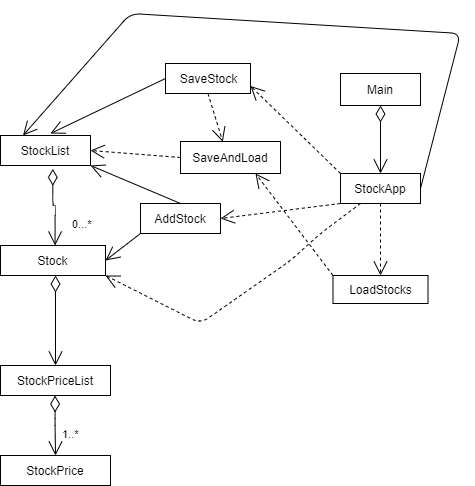
The draw.io diagram UML_Design_Diagram.png in toast682/Stock-App, before a commit. Source tidied: cells renumbered, new cells last; positions are measured from the earlier drawing's top-left corner, leaving out a move shared by most shapes.
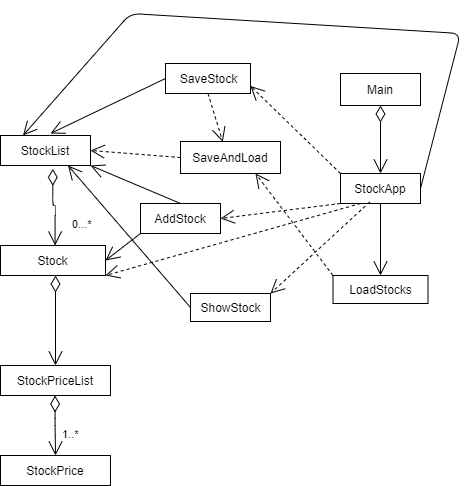
Above is the later version.

Commit message:
Updated UML Diagram for Phase 4 Task 3

Change to the diagram source:
```diff
@@ -71,13 +71,7 @@
       <mxGeometry relative="1" as="geometry" />
     </mxCell>
     <mxCell id="22" style="endArrow=open;endSize=12;dashed=1;html=1;exitX=0.25;exitY=1;exitDx=0;exitDy=0;entryX=1;entryY=1;entryDx=0;entryDy=0;" parent="1" edge="1" source="4" target="6">
-      <mxGeometry relative="1" as="geometry">
-        <Array as="points">
-          <mxPoint x="320" y="220" />
-          <mxPoint x="290" y="247" />
-          <mxPoint x="200" y="310" />
-        </Array>
-      </mxGeometry>
+      <mxGeometry relative="1" as="geometry" />
     </mxCell>
     <mxCell id="23" style="endArrow=open;endFill=1;endSize=12;html=1;exitX=1;exitY=0.5;exitDx=0;exitDy=0;entryX=0.25;entryY=0;entryDx=0;entryDy=0;" parent="1" edge="1" source="4" target="5">
       <mxGeometry relative="1" as="geometry">
@@ -93,11 +87,20 @@
     <mxCell id="25" style="endArrow=open;endSize=12;dashed=1;html=1;entryX=1;entryY=0.5;entryDx=0;entryDy=0;exitX=0;exitY=1;exitDx=0;exitDy=0;" parent="1" edge="1" source="4" target="10">
       <mxGeometry relative="1" as="geometry" />
     </mxCell>
+    <mxCell id="27" style="endArrow=open;endSize=12;dashed=1;html=1;entryX=1;entryY=0.75;entryDx=0;entryDy=0;exitX=0;exitY=0;exitDx=0;exitDy=0;" parent="1" edge="1" source="4" target="19">
+      <mxGeometry relative="1" as="geometry" />
+    </mxCell>
-    <mxCell id="26" style="endArrow=open;endSize=12;dashed=1;html=1;entryX=0.5;entryY=0;entryDx=0;entryDy=0;exitX=0.5;exitY=1;exitDx=0;exitDy=0;" parent="1" edge="1" source="4" target="16">
+    <mxCell id="26" style="endArrow=open;endFill=1;endSize=12;html=1;exitX=0.5;exitY=1;exitDx=0;exitDy=0;entryX=0.5;entryY=0;entryDx=0;entryDy=0;" parent="1" edge="1" source="4" target="16">
       <mxGeometry relative="1" as="geometry" />
     </mxCell>
-    <mxCell id="27" style="endArrow=open;endSize=12;dashed=1;html=1;entryX=1;entryY=0.75;entryDx=0;entryDy=0;exitX=0;exitY=0;exitDx=0;exitDy=0;" parent="1" edge="1" source="4" target="19">
-      <mxGeometry relative="1" as="geometry" />
-    </mxCell>
+    <mxCell id="28" value="ShowStock" style="html=1;" parent="1" vertex="1">
+      <mxGeometry x="190" y="280" width="80" height="28" as="geometry" />
+    </mxCell>
+    <mxCell id="29" style="endArrow=open;endFill=1;endSize=12;html=1;exitX=0;exitY=0.5;exitDx=0;exitDy=0;entryX=0.75;entryY=1;entryDx=0;entryDy=0;" parent="1" edge="1" source="28" target="5">
+      <mxGeometry relative="1" as="geometry" />
+    </mxCell>
+    <mxCell id="30" style="endArrow=open;endSize=12;dashed=1;html=1;entryX=1;entryY=0;entryDx=0;entryDy=0;exitX=0.365;exitY=0.95;exitDx=0;exitDy=0;exitPerimeter=0;" parent="1" edge="1" source="4" target="28">
+      <mxGeometry relative="1" as="geometry" />
+    </mxCell>
   </root>
 </mxGraphModel>
```
